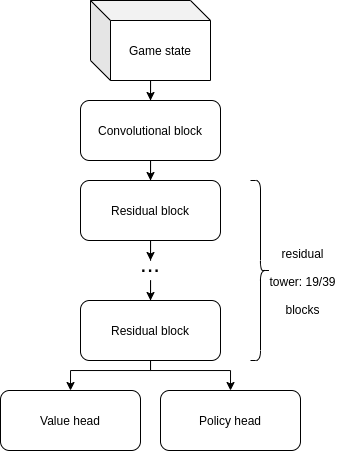
This is doc/figures/alphazero_architecture_network.png from campfireman/bachelor-thesis, a draw.io export, as it was before one commit. Source tidied: cells renumbered, new cells last; positions are measured from the earlier drawing's top-left corner, leaving out a move shared by most shapes.
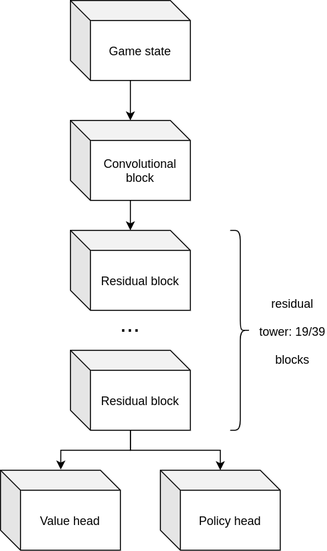
The same diagram one commit later.

Diff of the diagram source:
```diff
@@ -2,60 +2,44 @@
   <root>
     <mxCell id="0" />
     <mxCell id="1" parent="0" />
-    <mxCell id="2" style="edgeStyle=orthogonalEdgeStyle;rounded=0;jettySize=auto;html=1;entryX=0.5;entryY=0;entryDx=0;entryDy=0;" parent="1" edge="1" source="3" target="7">
-      <mxGeometry relative="1" as="geometry" />
-    </mxCell>
-    <mxCell id="3" value="Convolutional block" style="rounded=1;whiteSpace=wrap;html=1;" parent="1" vertex="1">
-      <mxGeometry x="80" y="100" width="140" height="60" as="geometry" />
-    </mxCell>
-    <mxCell id="4" style="edgeStyle=orthogonalEdgeStyle;rounded=0;jettySize=auto;html=1;entryX=0.5;entryY=0;entryDx=0;entryDy=0;" parent="1" edge="1" source="5" target="3">
+    <mxCell id="4" style="edgeStyle=orthogonalEdgeStyle;rounded=0;jettySize=auto;html=1;" parent="1" edge="1" source="5" target="3">
       <mxGeometry relative="1" as="geometry" />
     </mxCell>
     <mxCell id="5" value="Game state" style="shape=cube;whiteSpace=wrap;html=1;boundedLbl=1;backgroundOutline=1;darkOpacity=0.05;darkOpacity2=0.1;" parent="1" vertex="1">
-      <mxGeometry x="90" width="120" height="80" as="geometry" />
+      <mxGeometry x="90" y="-40" width="120" height="80" as="geometry" />
     </mxCell>
-    <mxCell id="6" style="edgeStyle=orthogonalEdgeStyle;rounded=0;jettySize=auto;html=1;entryX=0.5;entryY=0;entryDx=0;entryDy=0;" parent="1" edge="1" source="7" target="14">
-      <mxGeometry relative="1" as="geometry" />
-    </mxCell>
-    <mxCell id="7" value="Residual block" style="rounded=1;whiteSpace=wrap;html=1;" parent="1" vertex="1">
-      <mxGeometry x="80" y="180" width="140" height="60" as="geometry" />
-    </mxCell>
-    <mxCell id="8" style="edgeStyle=orthogonalEdgeStyle;rounded=0;jettySize=auto;html=1;entryX=0.5;entryY=0;entryDx=0;entryDy=0;" parent="1" edge="1" source="10" target="12">
-      <mxGeometry relative="1" as="geometry">
-        <Array as="points">
-          <mxPoint x="150" y="370" />
-          <mxPoint x="230" y="370" />
-        </Array>
-      </mxGeometry>
-    </mxCell>
-    <mxCell id="9" style="edgeStyle=orthogonalEdgeStyle;rounded=0;jettySize=auto;html=1;entryX=0.5;entryY=0;entryDx=0;entryDy=0;" parent="1" edge="1" source="10" target="11">
-      <mxGeometry relative="1" as="geometry">
-        <Array as="points">
-          <mxPoint x="150" y="370" />
-          <mxPoint x="70" y="370" />
-        </Array>
-      </mxGeometry>
-    </mxCell>
-    <mxCell id="10" value="Residual block" style="rounded=1;whiteSpace=wrap;html=1;" parent="1" vertex="1">
-      <mxGeometry x="80" y="300" width="140" height="60" as="geometry" />
-    </mxCell>
-    <mxCell id="11" value="Value head" style="rounded=1;whiteSpace=wrap;html=1;" parent="1" vertex="1">
-      <mxGeometry y="390" width="140" height="60" as="geometry" />
-    </mxCell>
-    <mxCell id="12" value="Policy head" style="rounded=1;whiteSpace=wrap;html=1;" parent="1" vertex="1">
-      <mxGeometry x="160" y="390" width="140" height="60" as="geometry" />
-    </mxCell>
-    <mxCell id="13" style="edgeStyle=orthogonalEdgeStyle;rounded=0;jettySize=auto;html=1;entryX=0.5;entryY=0;entryDx=0;entryDy=0;" parent="1" edge="1" source="14" target="10">
-      <mxGeometry relative="1" as="geometry" />
-    </mxCell>
     <mxCell id="14" value="..." style="text;html=1;strokeColor=none;fillColor=none;align=center;verticalAlign=bottom;whiteSpace=wrap;rounded=0;fontSize=24;" parent="1" vertex="1">
-      <mxGeometry x="130" y="260" width="40" height="20" as="geometry" />
+      <mxGeometry x="130" y="280" width="40" height="20" as="geometry" />
     </mxCell>
     <mxCell id="15" style="shape=curlyBracket;whiteSpace=wrap;html=1;rounded=1;fontSize=24;direction=west;" parent="1" vertex="1">
-      <mxGeometry x="250" y="180" width="20" height="180" as="geometry" />
+      <mxGeometry x="250" y="190" width="20" height="200" as="geometry" />
     </mxCell>
     <mxCell id="16" value="&lt;font style=&quot;font-size: 12px&quot;&gt;residual tower: 19/39&lt;br&gt;blocks&lt;/font&gt;" style="text;html=1;strokeColor=none;fillColor=none;align=center;verticalAlign=bottom;whiteSpace=wrap;rounded=0;fontSize=24;spacing=0;" parent="1" vertex="1">
-      <mxGeometry x="270" y="290" width="65" height="30" as="geometry" />
+      <mxGeometry x="280" y="300" width="65" height="30" as="geometry" />
     </mxCell>
+    <mxCell id="17" style="edgeStyle=orthogonalEdgeStyle;rounded=0;jettySize=auto;html=1;entryX=0.5;entryY=0;entryDx=0;entryDy=0;entryPerimeter=0;" parent="1" edge="1" source="3" target="18">
+      <mxGeometry relative="1" as="geometry" />
+    </mxCell>
+    <mxCell id="3" value="Convolutional block" style="shape=cube;whiteSpace=wrap;html=1;boundedLbl=1;backgroundOutline=1;darkOpacity=0.05;darkOpacity2=0.1;" parent="1" vertex="1">
+      <mxGeometry x="90" y="80" width="120" height="80" as="geometry" />
+    </mxCell>
+    <mxCell id="18" value="Residual block" style="shape=cube;whiteSpace=wrap;html=1;boundedLbl=1;backgroundOutline=1;darkOpacity=0.05;darkOpacity2=0.1;" parent="1" vertex="1">
+      <mxGeometry x="90" y="190" width="120" height="80" as="geometry" />
+    </mxCell>
+    <mxCell id="19" style="edgeStyle=orthogonalEdgeStyle;rounded=0;jettySize=auto;html=1;entryX=0.503;entryY=-0.008;entryDx=0;entryDy=0;entryPerimeter=0;" parent="1" edge="1" source="20" target="11">
+      <mxGeometry relative="1" as="geometry" />
+    </mxCell>
+    <mxCell id="20" value="Residual block" style="shape=cube;whiteSpace=wrap;html=1;boundedLbl=1;backgroundOutline=1;darkOpacity=0.05;darkOpacity2=0.1;" parent="1" vertex="1">
+      <mxGeometry x="90" y="310" width="120" height="80" as="geometry" />
+    </mxCell>
+    <mxCell id="11" value="Value head" style="shape=cube;whiteSpace=wrap;html=1;boundedLbl=1;backgroundOutline=1;darkOpacity=0.05;darkOpacity2=0.1;" parent="1" vertex="1">
+      <mxGeometry x="20" y="430" width="120" height="80" as="geometry" />
+    </mxCell>
+    <mxCell id="21" style="edgeStyle=orthogonalEdgeStyle;rounded=0;jettySize=auto;html=1;entryX=0.5;entryY=1;entryDx=0;entryDy=0;entryPerimeter=0;startArrow=classic;startFill=1;endArrow=none;endFill=0;" parent="1" edge="1" source="12" target="20">
+      <mxGeometry relative="1" as="geometry" />
+    </mxCell>
+    <mxCell id="12" value="&lt;span style=&quot;font-weight: 400&quot;&gt;Policy head&lt;/span&gt;" style="shape=cube;whiteSpace=wrap;html=1;boundedLbl=1;backgroundOutline=1;darkOpacity=0.05;darkOpacity2=0.1;fontStyle=1;" parent="1" vertex="1">
+      <mxGeometry x="180" y="430" width="120" height="80" as="geometry" />
+    </mxCell>
   </root>
 </mxGraphModel>
```
